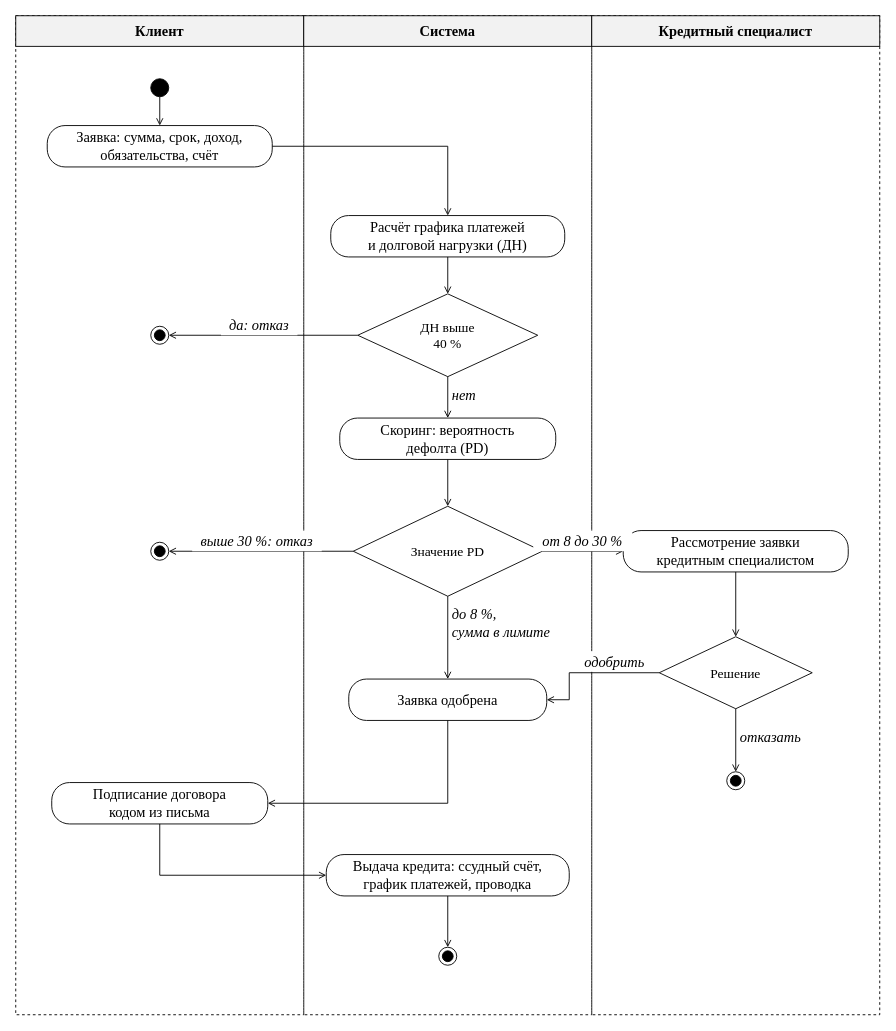
vladmeshkov/js-course-work keeps this draw.io diagram as page "Оформление кредита" (3 of 6) of docs/diagrams/views.drawio. Above is the earlier version. Source tidied: cells renumbered, new cells numbered last; positions are measured from the earlier drawing's top-left corner, leaving out a move shared by most shapes. Both pictures are drawn from the tidied source at 90%, with x=0, y=0 at pixel (15, 15).
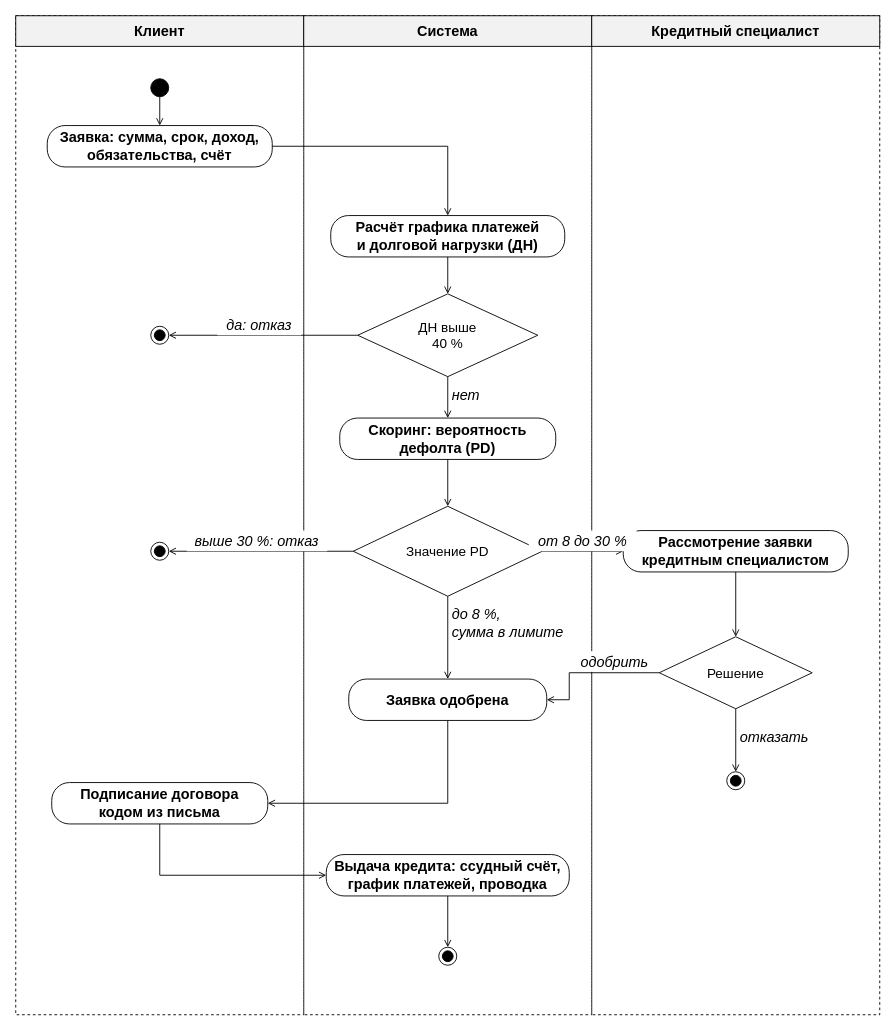
The same page after the edit.

What changed in the source:
```diff
@@
-    <mxCell id="2" style="html=1;whiteSpace=wrap;fontFamily=Times New Roman;fontSize=16;rounded=0;fillColor=none;strokeColor=#000;dashed=1;verticalAlign=top;align=left;spacingLeft=10;spacingTop=2;" parent="1" vertex="1">
+    <mxCell id="2" style="html=1;whiteSpace=wrap;fontFamily=Arial;fontSize=16;rounded=0;fillColor=none;strokeColor=#000;dashed=1;verticalAlign=top;align=left;spacingLeft=10;spacingTop=2;" parent="1" vertex="1">
       <mxGeometry width="320" height="1110" as="geometry" />
     </mxCell>
-    <mxCell id="3" style="html=1;whiteSpace=wrap;fontFamily=Times New Roman;fontSize=16;rounded=0;fillColor=none;strokeColor=#000;dashed=1;verticalAlign=top;align=left;spacingLeft=10;spacingTop=2;" parent="1" vertex="1">
+    <mxCell id="3" style="html=1;whiteSpace=wrap;fontFamily=Arial;fontSize=16;rounded=0;fillColor=none;strokeColor=#000;dashed=1;verticalAlign=top;align=left;spacingLeft=10;spacingTop=2;" parent="1" vertex="1">
       <mxGeometry x="320" width="320" height="1110" as="geometry" />
     </mxCell>
-    <mxCell id="4" style="html=1;whiteSpace=wrap;fontFamily=Times New Roman;fontSize=16;rounded=0;fillColor=none;strokeColor=#000;dashed=1;verticalAlign=top;align=left;spacingLeft=10;spacingTop=2;" parent="1" vertex="1">
+    <mxCell id="4" style="html=1;whiteSpace=wrap;fontFamily=Arial;fontSize=16;rounded=0;fillColor=none;strokeColor=#000;dashed=1;verticalAlign=top;align=left;spacingLeft=10;spacingTop=2;" parent="1" vertex="1">
       <mxGeometry x="640" width="320" height="1110" as="geometry" />
     </mxCell>
-    <mxCell id="5" value="Клиент" style="html=1;whiteSpace=wrap;fontFamily=Times New Roman;fontSize=16;rounded=0;arcSize=0;fillColor=#f2f2f2;strokeColor=#000;fontStyle=1;" parent="1" vertex="1">
+    <mxCell id="5" value="Клиент" style="html=1;whiteSpace=wrap;fontFamily=Arial;fontSize=16;rounded=0;arcSize=0;fillColor=#f2f2f2;strokeColor=#000;fontStyle=1;" parent="1" vertex="1">
       <mxGeometry width="320" height="34" as="geometry" />
     </mxCell>
-    <mxCell id="6" value="Система" style="html=1;whiteSpace=wrap;fontFamily=Times New Roman;fontSize=16;rounded=0;arcSize=0;fillColor=#f2f2f2;strokeColor=#000;fontStyle=1;" parent="1" vertex="1">
+    <mxCell id="6" value="Система" style="html=1;whiteSpace=wrap;fontFamily=Arial;fontSize=16;rounded=0;arcSize=0;fillColor=#f2f2f2;strokeColor=#000;fontStyle=1;" parent="1" vertex="1">
       <mxGeometry x="320" width="320" height="34" as="geometry" />
     </mxCell>
-    <mxCell id="7" value="Кредитный специалист" style="html=1;whiteSpace=wrap;fontFamily=Times New Roman;fontSize=16;rounded=0;arcSize=0;fillColor=#f2f2f2;strokeColor=#000;fontStyle=1;" parent="1" vertex="1">
+    <mxCell id="7" value="Кредитный специалист" style="html=1;whiteSpace=wrap;fontFamily=Arial;fontSize=16;rounded=0;arcSize=0;fillColor=#f2f2f2;strokeColor=#000;fontStyle=1;" parent="1" vertex="1">
       <mxGeometry x="640" width="320" height="34" as="geometry" />
     </mxCell>
@@
-    <mxCell id="9" value="Заявка: сумма, срок, доход,&lt;br&gt;обязательства, счёт" style="html=1;whiteSpace=wrap;fontFamily=Times New Roman;fontSize=16;rounded=1;arcSize=43;fillColor=#fff;strokeColor=#000;" parent="1" vertex="1">
+    <mxCell id="9" value="Заявка: сумма, срок, доход,&lt;br&gt;обязательства, счёт" style="html=1;whiteSpace=wrap;fontFamily=Arial;fontSize=16;rounded=1;arcSize=43;fillColor=#fff;strokeColor=#000;fontStyle=1;" parent="1" vertex="1">
       <mxGeometry x="35" y="122" width="250" height="46" as="geometry" />
     </mxCell>
-    <mxCell id="10" value="Расчёт графика платежей&lt;br&gt;и долговой нагрузки (ДН)" style="html=1;whiteSpace=wrap;fontFamily=Times New Roman;fontSize=16;rounded=1;arcSize=43;fillColor=#fff;strokeColor=#000;" parent="1" vertex="1">
+    <mxCell id="10" value="Расчёт графика платежей&lt;br&gt;и долговой нагрузки (ДН)" style="html=1;whiteSpace=wrap;fontFamily=Arial;fontSize=16;rounded=1;arcSize=43;fillColor=#fff;strokeColor=#000;fontStyle=1;" parent="1" vertex="1">
       <mxGeometry x="350" y="222" width="260" height="46" as="geometry" />
     </mxCell>
-    <mxCell id="11" value="ДН выше&lt;br&gt;40 %" style="html=1;whiteSpace=wrap;fontFamily=Times New Roman;fontSize=15;rhombus;fillColor=#fff;strokeColor=#000;" parent="1" vertex="1">
+    <mxCell id="11" value="ДН выше&lt;br&gt;40 %" style="html=1;whiteSpace=wrap;fontFamily=Arial;fontSize=15;rhombus;fillColor=#fff;strokeColor=#000;" parent="1" vertex="1">
       <mxGeometry x="380" y="309" width="200" height="92" as="geometry" />
     </mxCell>
@@
-    <mxCell id="13" value="Скоринг: вероятность&lt;br&gt;дефолта (PD)" style="html=1;whiteSpace=wrap;fontFamily=Times New Roman;fontSize=16;rounded=1;arcSize=43;fillColor=#fff;strokeColor=#000;" parent="1" vertex="1">
+    <mxCell id="13" value="Скоринг: вероятность&lt;br&gt;дефолта (PD)" style="html=1;whiteSpace=wrap;fontFamily=Arial;fontSize=16;rounded=1;arcSize=43;fillColor=#fff;strokeColor=#000;fontStyle=1;" parent="1" vertex="1">
       <mxGeometry x="360" y="447" width="240" height="46" as="geometry" />
     </mxCell>
-    <mxCell id="14" value="Значение PD" style="html=1;whiteSpace=wrap;fontFamily=Times New Roman;fontSize=15;rhombus;fillColor=#fff;strokeColor=#000;" parent="1" vertex="1">
+    <mxCell id="14" value="Значение PD" style="html=1;whiteSpace=wrap;fontFamily=Arial;fontSize=15;rhombus;fillColor=#fff;strokeColor=#000;" parent="1" vertex="1">
       <mxGeometry x="375" y="545" width="210" height="100" as="geometry" />
     </mxCell>
@@
-    <mxCell id="16" value="Рассмотрение заявки&lt;br&gt;кредитным специалистом" style="html=1;whiteSpace=wrap;fontFamily=Times New Roman;fontSize=16;rounded=1;arcSize=43;fillColor=#fff;strokeColor=#000;" parent="1" vertex="1">
+    <mxCell id="16" value="Рассмотрение заявки&lt;br&gt;кредитным специалистом" style="html=1;whiteSpace=wrap;fontFamily=Arial;fontSize=16;rounded=1;arcSize=43;fillColor=#fff;strokeColor=#000;fontStyle=1;" parent="1" vertex="1">
       <mxGeometry x="675" y="572" width="250" height="46" as="geometry" />
     </mxCell>
-    <mxCell id="17" value="Заявка одобрена" style="html=1;whiteSpace=wrap;fontFamily=Times New Roman;fontSize=16;rounded=1;arcSize=43;fillColor=#fff;strokeColor=#000;" parent="1" vertex="1">
+    <mxCell id="17" value="Заявка одобрена" style="html=1;whiteSpace=wrap;fontFamily=Arial;fontSize=16;rounded=1;arcSize=43;fillColor=#fff;strokeColor=#000;fontStyle=1;" parent="1" vertex="1">
       <mxGeometry x="370" y="737" width="220" height="46" as="geometry" />
     </mxCell>
-    <mxCell id="18" value="Решение" style="html=1;whiteSpace=wrap;fontFamily=Times New Roman;fontSize=15;rhombus;fillColor=#fff;strokeColor=#000;" parent="1" vertex="1">
+    <mxCell id="18" value="Решение" style="html=1;whiteSpace=wrap;fontFamily=Arial;fontSize=15;rhombus;fillColor=#fff;strokeColor=#000;" parent="1" vertex="1">
       <mxGeometry x="715" y="690" width="170" height="80" as="geometry" />
     </mxCell>
@@
-    <mxCell id="20" value="Подписание договора&lt;br&gt;кодом из письма" style="html=1;whiteSpace=wrap;fontFamily=Times New Roman;fontSize=16;rounded=1;arcSize=43;fillColor=#fff;strokeColor=#000;" parent="1" vertex="1">
+    <mxCell id="20" value="Подписание договора&lt;br&gt;кодом из письма" style="html=1;whiteSpace=wrap;fontFamily=Arial;fontSize=16;rounded=1;arcSize=43;fillColor=#fff;strokeColor=#000;fontStyle=1;" parent="1" vertex="1">
       <mxGeometry x="40" y="852" width="240" height="46" as="geometry" />
     </mxCell>
-    <mxCell id="21" value="Выдача кредита: ссудный счёт,&lt;br&gt;график платежей, проводка" style="html=1;whiteSpace=wrap;fontFamily=Times New Roman;fontSize=16;rounded=1;arcSize=43;fillColor=#fff;strokeColor=#000;" parent="1" vertex="1">
+    <mxCell id="21" value="Выдача кредита: ссудный счёт,&lt;br&gt;график платежей, проводка" style="html=1;whiteSpace=wrap;fontFamily=Arial;fontSize=16;rounded=1;arcSize=43;fillColor=#fff;strokeColor=#000;fontStyle=1;" parent="1" vertex="1">
       <mxGeometry x="345" y="932" width="270" height="46" as="geometry" />
     </mxCell>
@@
-    <mxCell id="27" value="да: отказ" style="html=1;whiteSpace=wrap;fontFamily=Times New Roman;fontSize=16;text;fillColor=#FFFFFF;strokeColor=none;spacing=0;align=center;verticalAlign=middle;fontStyle=2;" parent="1" vertex="1">
-      <mxGeometry x="228" y="332" width="85" height="23" as="geometry" />
+    <mxCell id="27" value="да: отказ" style="html=1;whiteSpace=wrap;fontFamily=Arial;fontSize=16;text;fillColor=#FFFFFF;strokeColor=none;spacing=0;align=center;verticalAlign=middle;fontStyle=2;" parent="1" vertex="1">
+      <mxGeometry x="224" y="332" width="93" height="23" as="geometry" />
     </mxCell>
@@
-    <mxCell id="29" value="нет" style="html=1;whiteSpace=wrap;fontFamily=Times New Roman;fontSize=16;text;fillColor=#FFFFFF;strokeColor=none;spacing=0;align=left;verticalAlign=middle;fontStyle=2;" parent="1" vertex="1">
-      <mxGeometry x="485" y="410" width="35" height="23" as="geometry" />
+    <mxCell id="29" value="нет" style="html=1;whiteSpace=wrap;fontFamily=Arial;fontSize=16;text;fillColor=#FFFFFF;strokeColor=none;spacing=0;align=left;verticalAlign=middle;fontStyle=2;" parent="1" vertex="1">
+      <mxGeometry x="485" y="410" width="38" height="23" as="geometry" />
     </mxCell>
@@
-    <mxCell id="32" value="выше 30 %: отказ" style="html=1;whiteSpace=wrap;fontFamily=Times New Roman;fontSize=16;text;fillColor=#FFFFFF;strokeColor=none;spacing=0;align=center;verticalAlign=middle;fontStyle=2;" parent="1" vertex="1">
-      <mxGeometry x="196" y="572" width="144" height="23" as="geometry" />
+    <mxCell id="32" value="выше 30 %: отказ" style="html=1;whiteSpace=wrap;fontFamily=Arial;fontSize=16;text;fillColor=#FFFFFF;strokeColor=none;spacing=0;align=center;verticalAlign=middle;fontStyle=2;" parent="1" vertex="1">
+      <mxGeometry x="190" y="572" width="156" height="23" as="geometry" />
     </mxCell>
@@
-    <mxCell id="34" value="от 8 до 30 %" style="html=1;whiteSpace=wrap;fontFamily=Times New Roman;fontSize=16;text;fillColor=#FFFFFF;strokeColor=none;spacing=0;align=center;verticalAlign=middle;fontStyle=2;" parent="1" vertex="1">
-      <mxGeometry x="575" y="572" width="110" height="23" as="geometry" />
+    <mxCell id="34" value="от 8 до 30 %" style="html=1;whiteSpace=wrap;fontFamily=Arial;fontSize=16;text;fillColor=#FFFFFF;strokeColor=none;spacing=0;align=center;verticalAlign=middle;fontStyle=2;" parent="1" vertex="1">
+      <mxGeometry x="570" y="572" width="120" height="23" as="geometry" />
     </mxCell>
@@
-    <mxCell id="36" value="до 8 %,&lt;br&gt;сумма в лимите" style="html=1;whiteSpace=wrap;fontFamily=Times New Roman;fontSize=16;text;fillColor=#FFFFFF;strokeColor=none;spacing=0;align=left;verticalAlign=middle;fontStyle=2;" parent="1" vertex="1">
-      <mxGeometry x="485" y="654" width="127" height="42" as="geometry" />
+    <mxCell id="36" value="до 8 %,&lt;br&gt;сумма в лимите" style="html=1;whiteSpace=wrap;fontFamily=Arial;fontSize=16;text;fillColor=#FFFFFF;strokeColor=none;spacing=0;align=left;verticalAlign=middle;fontStyle=2;" parent="1" vertex="1">
+      <mxGeometry x="485" y="654" width="138" height="42" as="geometry" />
     </mxCell>
@@
-    <mxCell id="39" value="одобрить" style="html=1;whiteSpace=wrap;fontFamily=Times New Roman;fontSize=16;text;fillColor=#FFFFFF;strokeColor=none;spacing=0;align=center;verticalAlign=middle;fontStyle=2;" parent="1" vertex="1">
-      <mxGeometry x="627" y="706" width="77" height="23" as="geometry" />
+    <mxCell id="39" value="одобрить" style="html=1;whiteSpace=wrap;fontFamily=Arial;fontSize=16;text;fillColor=#FFFFFF;strokeColor=none;spacing=0;align=center;verticalAlign=middle;fontStyle=2;" parent="1" vertex="1">
+      <mxGeometry x="624" y="706" width="83" height="23" as="geometry" />
     </mxCell>
@@
-    <mxCell id="41" value="отказать" style="html=1;whiteSpace=wrap;fontFamily=Times New Roman;fontSize=16;text;fillColor=#FFFFFF;strokeColor=none;spacing=0;align=left;verticalAlign=middle;fontStyle=2;" parent="1" vertex="1">
-      <mxGeometry x="805" y="789" width="77" height="23" as="geometry" />
+    <mxCell id="41" value="отказать" style="html=1;whiteSpace=wrap;fontFamily=Arial;fontSize=16;text;fillColor=#FFFFFF;strokeColor=none;spacing=0;align=left;verticalAlign=middle;fontStyle=2;" parent="1" vertex="1">
+      <mxGeometry x="805" y="789" width="83" height="23" as="geometry" />
     </mxCell>
```
